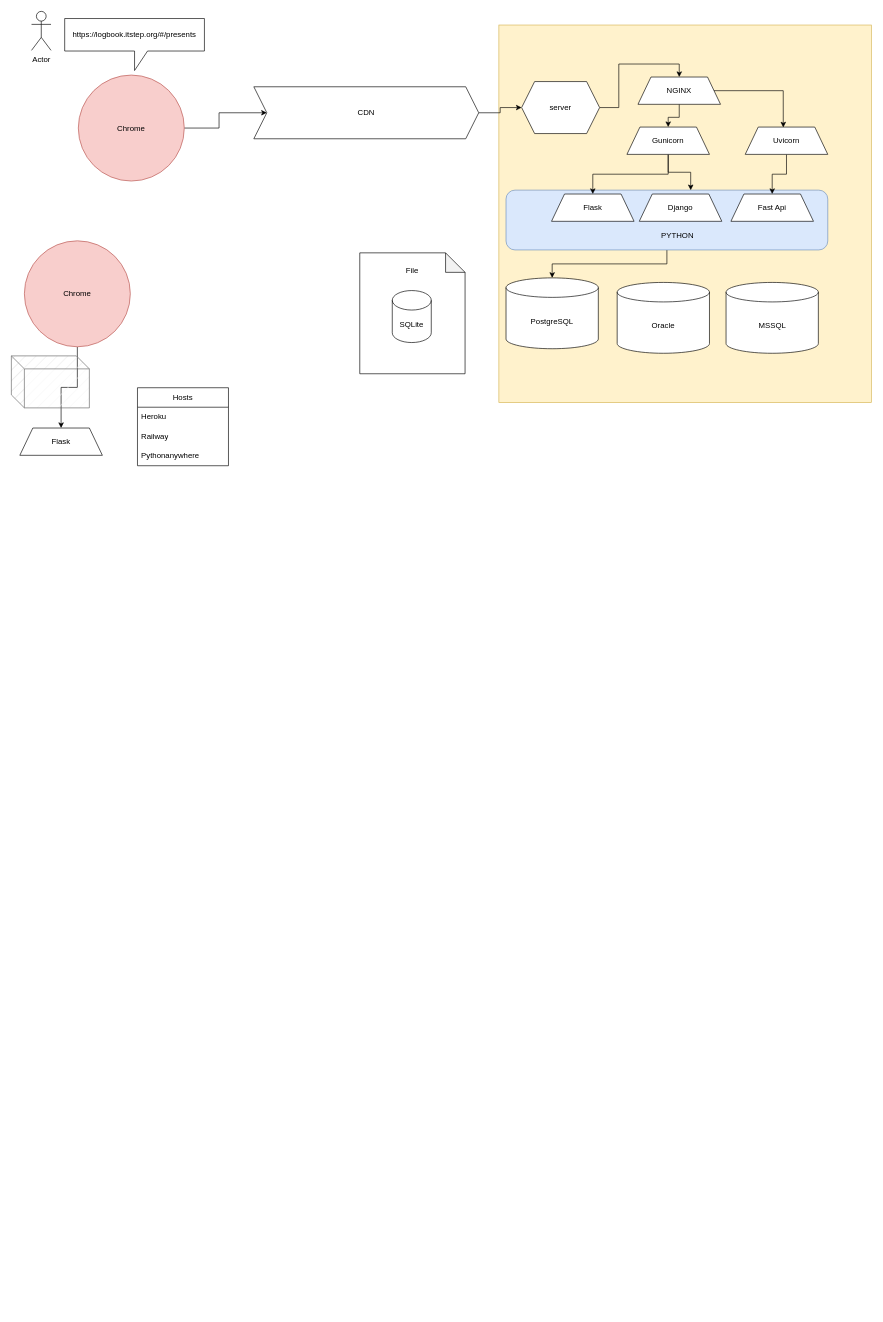
bogdandrienko/PyE-222-1 keeps this draw.io diagram as projects/7/response-request.drawio. Above is the earlier version. Source tidied: cells renumbered, new cells numbered last; positions are measured from the earlier drawing's top-left corner, leaving out a move shared by most shapes. Both pictures are drawn from the tidied source at 65%, with x=0, y=0 at pixel (11, 11).
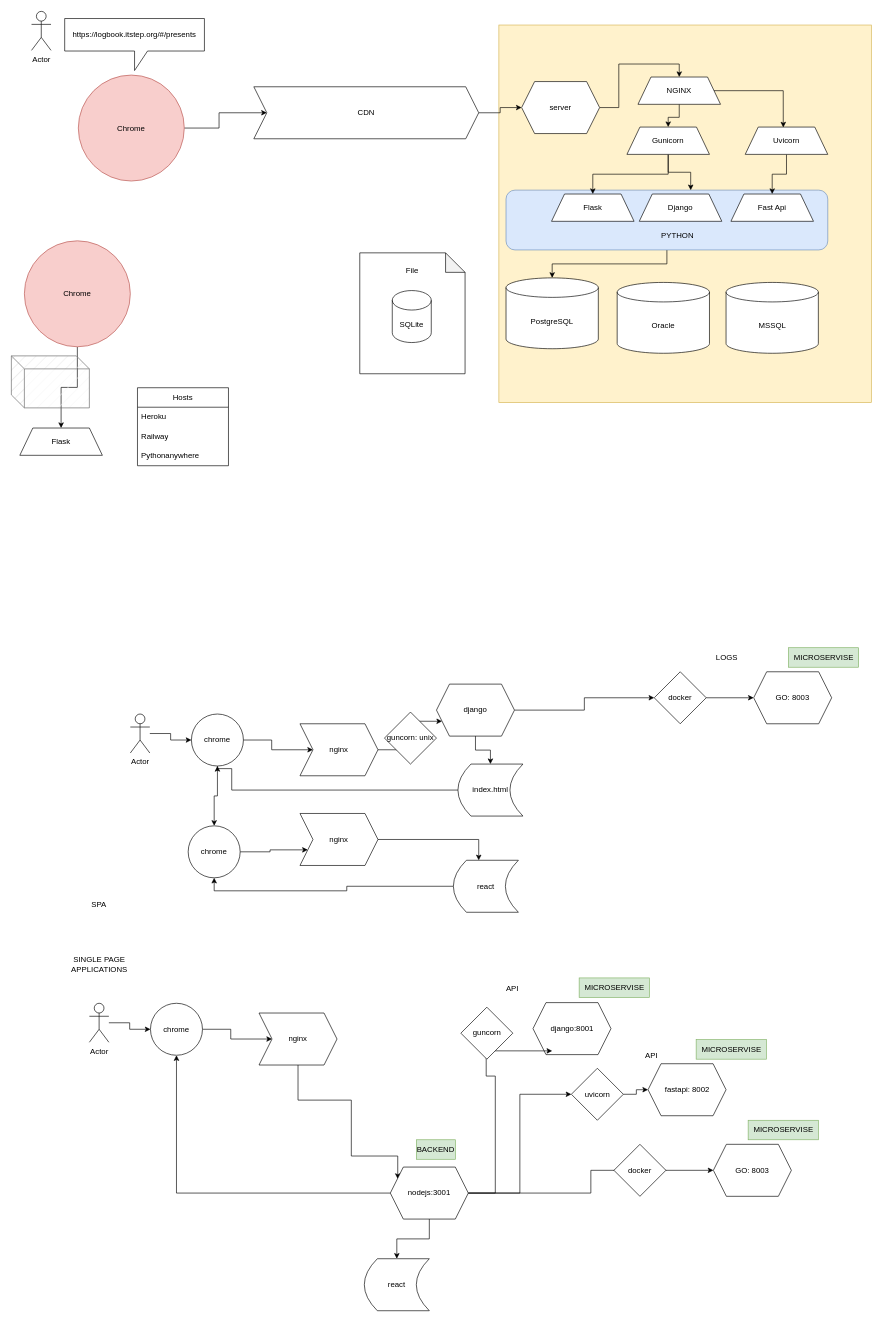
After the change.

Change to the diagram source:
```diff
@@
+    <mxCell id="39" style="edgeStyle=orthogonalEdgeStyle;rounded=0;jettySize=auto;html=1;entryX=0.5;entryY=1;entryDx=0;entryDy=0;" parent="1" edge="1" source="40" target="54">
+      <mxGeometry relative="1" as="geometry" />
+    </mxCell>
+    <mxCell id="40" value="react" style="shape=dataStorage;whiteSpace=wrap;html=1;fixedSize=1;" parent="1" vertex="1">
+      <mxGeometry x="680" y="1306" width="100" height="80" as="geometry" />
+    </mxCell>
+    <mxCell id="41" style="edgeStyle=orthogonalEdgeStyle;rounded=0;jettySize=auto;html=1;" parent="1" edge="1" source="42" target="45">
+      <mxGeometry relative="1" as="geometry" />
+    </mxCell>
+    <mxCell id="42" value="Actor" style="shape=umlActor;verticalLabelPosition=bottom;verticalAlign=top;html=1;outlineConnect=0;" parent="1" vertex="1">
+      <mxGeometry x="183" y="1081" width="30" height="60" as="geometry" />
+    </mxCell>
+    <mxCell id="43" style="edgeStyle=orthogonalEdgeStyle;rounded=0;jettySize=auto;html=1;" parent="1" edge="1" source="45" target="47">
+      <mxGeometry relative="1" as="geometry" />
+    </mxCell>
+    <mxCell id="44" style="edgeStyle=orthogonalEdgeStyle;rounded=0;jettySize=auto;html=1;" parent="1" edge="1" source="45" target="54">
+      <mxGeometry relative="1" as="geometry" />
+    </mxCell>
+    <mxCell id="45" value="chrome" style="ellipse;whiteSpace=wrap;html=1;" parent="1" vertex="1">
+      <mxGeometry x="277" y="1081" width="80" height="80" as="geometry" />
+    </mxCell>
+    <mxCell id="46" style="edgeStyle=orthogonalEdgeStyle;rounded=0;jettySize=auto;html=1;entryX=0;entryY=0.75;entryDx=0;entryDy=0;" parent="1" edge="1" source="47" target="50">
+      <mxGeometry relative="1" as="geometry" />
+    </mxCell>
+    <mxCell id="47" value="nginx" style="shape=step;perimeter=stepPerimeter;whiteSpace=wrap;html=1;fixedSize=1;" parent="1" vertex="1">
+      <mxGeometry x="444" y="1096" width="120" height="80" as="geometry" />
+    </mxCell>
+    <mxCell id="48" style="edgeStyle=orthogonalEdgeStyle;rounded=0;jettySize=auto;html=1;" parent="1" edge="1" source="50" target="52">
+      <mxGeometry relative="1" as="geometry" />
+    </mxCell>
+    <mxCell id="49" style="edgeStyle=orthogonalEdgeStyle;rounded=0;jettySize=auto;html=1;entryX=0;entryY=0.5;entryDx=0;entryDy=0;" parent="1" edge="1" source="50" target="88">
+      <mxGeometry relative="1" as="geometry" />
+    </mxCell>
+    <mxCell id="50" value="django" style="shape=hexagon;perimeter=hexagonPerimeter2;whiteSpace=wrap;html=1;fixedSize=1;" parent="1" vertex="1">
+      <mxGeometry x="654" y="1035" width="120" height="80" as="geometry" />
+    </mxCell>
+    <mxCell id="51" style="edgeStyle=orthogonalEdgeStyle;rounded=0;jettySize=auto;html=1;entryX=0.5;entryY=1;entryDx=0;entryDy=0;" parent="1" edge="1" source="52" target="45">
+      <mxGeometry relative="1" as="geometry">
+        <Array as="points">
+          <mxPoint x="339" y="1198" />
+          <mxPoint x="339" y="1165" />
+        </Array>
+      </mxGeometry>
+    </mxCell>
+    <mxCell id="52" value="index.html" style="shape=dataStorage;whiteSpace=wrap;html=1;fixedSize=1;" parent="1" vertex="1">
+      <mxGeometry x="687" y="1158" width="100" height="80" as="geometry" />
+    </mxCell>
+    <mxCell id="53" style="edgeStyle=orthogonalEdgeStyle;rounded=0;jettySize=auto;html=1;entryX=0;entryY=0.75;entryDx=0;entryDy=0;" parent="1" edge="1" source="54" target="56">
+      <mxGeometry relative="1" as="geometry" />
+    </mxCell>
+    <mxCell id="54" value="chrome" style="ellipse;whiteSpace=wrap;html=1;" parent="1" vertex="1">
+      <mxGeometry x="272" y="1253" width="80" height="80" as="geometry" />
+    </mxCell>
+    <mxCell id="55" style="edgeStyle=orthogonalEdgeStyle;rounded=0;jettySize=auto;html=1;" parent="1" edge="1" source="56" target="40">
+      <mxGeometry relative="1" as="geometry">
+        <Array as="points">
+          <mxPoint x="719" y="1274" />
+        </Array>
+      </mxGeometry>
+    </mxCell>
+    <mxCell id="56" value="nginx" style="shape=step;perimeter=stepPerimeter;whiteSpace=wrap;html=1;fixedSize=1;" parent="1" vertex="1">
+      <mxGeometry x="444" y="1234" width="120" height="80" as="geometry" />
+    </mxCell>
+    <mxCell id="57" style="edgeStyle=orthogonalEdgeStyle;rounded=0;jettySize=auto;html=1;" parent="1" edge="1" source="58" target="60">
+      <mxGeometry relative="1" as="geometry" />
+    </mxCell>
+    <mxCell id="58" value="Actor" style="shape=umlActor;verticalLabelPosition=bottom;verticalAlign=top;html=1;outlineConnect=0;" parent="1" vertex="1">
+      <mxGeometry x="120" y="1526" width="30" height="60" as="geometry" />
+    </mxCell>
+    <mxCell id="59" style="edgeStyle=orthogonalEdgeStyle;rounded=0;jettySize=auto;html=1;" parent="1" edge="1" source="60" target="62">
+      <mxGeometry relative="1" as="geometry" />
+    </mxCell>
+    <mxCell id="60" value="chrome" style="ellipse;whiteSpace=wrap;html=1;" parent="1" vertex="1">
+      <mxGeometry x="214" y="1526" width="80" height="80" as="geometry" />
+    </mxCell>
+    <mxCell id="61" style="edgeStyle=orthogonalEdgeStyle;rounded=0;jettySize=auto;html=1;entryX=0.095;entryY=0.228;entryDx=0;entryDy=0;entryPerimeter=0;" parent="1" edge="1" source="62" target="69">
+      <mxGeometry relative="1" as="geometry">
+        <Array as="points">
+          <mxPoint x="441" y="1675" />
+          <mxPoint x="523" y="1675" />
+          <mxPoint x="523" y="1761" />
+        </Array>
+      </mxGeometry>
+    </mxCell>
+    <mxCell id="62" value="nginx" style="shape=step;perimeter=stepPerimeter;whiteSpace=wrap;html=1;fixedSize=1;" parent="1" vertex="1">
+      <mxGeometry x="381" y="1541" width="120" height="80" as="geometry" />
+    </mxCell>
+    <mxCell id="63" value="django:8001" style="shape=hexagon;perimeter=hexagonPerimeter2;whiteSpace=wrap;html=1;fixedSize=1;" parent="1" vertex="1">
+      <mxGeometry x="802.5" y="1525" width="120" height="80" as="geometry" />
+    </mxCell>
+    <mxCell id="64" style="edgeStyle=orthogonalEdgeStyle;rounded=0;jettySize=auto;html=1;entryX=0.5;entryY=1;entryDx=0;entryDy=0;" parent="1" edge="1" source="69" target="60">
+      <mxGeometry relative="1" as="geometry" />
+    </mxCell>
+    <mxCell id="65" style="edgeStyle=orthogonalEdgeStyle;rounded=0;jettySize=auto;html=1;entryX=0.246;entryY=0.928;entryDx=0;entryDy=0;entryPerimeter=0;" parent="1" edge="1" source="69" target="63">
+      <mxGeometry relative="1" as="geometry">
+        <Array as="points">
+          <mxPoint x="744.5" y="1638" />
+          <mxPoint x="730.5" y="1638" />
+          <mxPoint x="730.5" y="1556" />
+          <mxPoint x="741.5" y="1556" />
+          <mxPoint x="741.5" y="1599" />
+        </Array>
+      </mxGeometry>
+    </mxCell>
+    <mxCell id="66" style="edgeStyle=orthogonalEdgeStyle;rounded=0;jettySize=auto;html=1;" parent="1" edge="1" source="69" target="75">
+      <mxGeometry relative="1" as="geometry" />
+    </mxCell>
+    <mxCell id="67" style="edgeStyle=orthogonalEdgeStyle;rounded=0;jettySize=auto;html=1;" parent="1" edge="1" source="69" target="79">
+      <mxGeometry relative="1" as="geometry" />
+    </mxCell>
+    <mxCell id="68" style="edgeStyle=orthogonalEdgeStyle;rounded=0;jettySize=auto;html=1;entryX=0;entryY=0.5;entryDx=0;entryDy=0;" parent="1" edge="1" source="83" target="76">
+      <mxGeometry relative="1" as="geometry" />
+    </mxCell>
+    <mxCell id="69" value="nodejs:3001" style="shape=hexagon;perimeter=hexagonPerimeter2;whiteSpace=wrap;html=1;fixedSize=1;" parent="1" vertex="1">
+      <mxGeometry x="583" y="1778" width="120" height="80" as="geometry" />
+    </mxCell>
+    <mxCell id="70" value="SPA" style="text;html=1;strokeColor=none;fillColor=none;align=center;verticalAlign=middle;whiteSpace=wrap;rounded=0;" parent="1" vertex="1">
+      <mxGeometry x="105" y="1360" width="60" height="30" as="geometry" />
+    </mxCell>
+    <mxCell id="71" value="SINGLE PAGE APPLICATIONS" style="text;html=1;strokeColor=none;fillColor=none;align=center;verticalAlign=middle;whiteSpace=wrap;rounded=0;" parent="1" vertex="1">
+      <mxGeometry x="81.5" y="1417" width="107" height="98" as="geometry" />
+    </mxCell>
+    <mxCell id="72" value="API" style="text;html=1;strokeColor=none;fillColor=none;align=center;verticalAlign=middle;whiteSpace=wrap;rounded=0;" parent="1" vertex="1">
+      <mxGeometry x="740.5" y="1489" width="60" height="30" as="geometry" />
+    </mxCell>
+    <mxCell id="73" value="MICROSERVISE" style="text;html=1;strokeColor=#82b366;fillColor=#d5e8d4;align=center;verticalAlign=middle;whiteSpace=wrap;rounded=0;" parent="1" vertex="1">
+      <mxGeometry x="873.5" y="1487" width="108" height="30" as="geometry" />
+    </mxCell>
+    <mxCell id="74" value="BACKEND" style="text;html=1;strokeColor=#82b366;fillColor=#d5e8d4;align=center;verticalAlign=middle;whiteSpace=wrap;rounded=0;" parent="1" vertex="1">
+      <mxGeometry x="623" y="1736" width="60" height="30" as="geometry" />
+    </mxCell>
+    <mxCell id="75" value="react" style="shape=dataStorage;whiteSpace=wrap;html=1;fixedSize=1;" parent="1" vertex="1">
+      <mxGeometry x="543" y="1919" width="100" height="80" as="geometry" />
+    </mxCell>
+    <mxCell id="76" value="fastapi: 8002" style="shape=hexagon;perimeter=hexagonPerimeter2;whiteSpace=wrap;html=1;fixedSize=1;" parent="1" vertex="1">
+      <mxGeometry x="979.5" y="1619" width="120" height="80" as="geometry" />
+    </mxCell>
+    <mxCell id="77" value="API" style="text;html=1;strokeColor=none;fillColor=none;align=center;verticalAlign=middle;whiteSpace=wrap;rounded=0;" parent="1" vertex="1">
+      <mxGeometry x="954.5" y="1591" width="60" height="30" as="geometry" />
+    </mxCell>
+    <mxCell id="78" value="MICROSERVISE" style="text;html=1;strokeColor=#82b366;fillColor=#d5e8d4;align=center;verticalAlign=middle;whiteSpace=wrap;rounded=0;" parent="1" vertex="1">
+      <mxGeometry x="1053.5" y="1582" width="108" height="30" as="geometry" />
+    </mxCell>
+    <mxCell id="79" value="GO: 8003" style="shape=hexagon;perimeter=hexagonPerimeter2;whiteSpace=wrap;html=1;fixedSize=1;" parent="1" vertex="1">
+      <mxGeometry x="1080" y="1743" width="120" height="80" as="geometry" />
+    </mxCell>
+    <mxCell id="80" value="MICROSERVISE" style="text;html=1;strokeColor=#82b366;fillColor=#d5e8d4;align=center;verticalAlign=middle;whiteSpace=wrap;rounded=0;" parent="1" vertex="1">
+      <mxGeometry x="1133.5" y="1706" width="108" height="30" as="geometry" />
+    </mxCell>
+    <mxCell id="81" value="guncorn" style="rhombus;whiteSpace=wrap;html=1;" parent="1" vertex="1">
+      <mxGeometry x="691.5" y="1532" width="80" height="80" as="geometry" />
+    </mxCell>
+    <mxCell id="82" style="edgeStyle=orthogonalEdgeStyle;rounded=0;jettySize=auto;html=1;entryX=0;entryY=0.5;entryDx=0;entryDy=0;" parent="1" edge="1" source="69" target="83">
+      <mxGeometry relative="1" as="geometry" />
+    </mxCell>
+    <mxCell id="83" value="uvicorn" style="rhombus;whiteSpace=wrap;html=1;" parent="1" vertex="1">
+      <mxGeometry x="861.5" y="1626" width="80" height="80" as="geometry" />
+    </mxCell>
+    <mxCell id="84" value="docker" style="rhombus;whiteSpace=wrap;html=1;" parent="1" vertex="1">
+      <mxGeometry x="927" y="1743" width="80" height="80" as="geometry" />
+    </mxCell>
+    <mxCell id="85" value="GO: 8003" style="shape=hexagon;perimeter=hexagonPerimeter2;whiteSpace=wrap;html=1;fixedSize=1;" parent="1" vertex="1">
+      <mxGeometry x="1142" y="1016" width="120" height="80" as="geometry" />
+    </mxCell>
+    <mxCell id="86" value="MICROSERVISE" style="text;html=1;strokeColor=#82b366;fillColor=#d5e8d4;align=center;verticalAlign=middle;whiteSpace=wrap;rounded=0;" parent="1" vertex="1">
+      <mxGeometry x="1195.5" y="979" width="108" height="30" as="geometry" />
+    </mxCell>
+    <mxCell id="87" style="edgeStyle=orthogonalEdgeStyle;rounded=0;jettySize=auto;html=1;" parent="1" edge="1" source="88" target="85">
+      <mxGeometry relative="1" as="geometry" />
+    </mxCell>
+    <mxCell id="88" value="docker" style="rhombus;whiteSpace=wrap;html=1;" parent="1" vertex="1">
+      <mxGeometry x="989" y="1016" width="80" height="80" as="geometry" />
+    </mxCell>
+    <mxCell id="89" value="LOGS" style="text;html=1;strokeColor=none;fillColor=none;align=center;verticalAlign=middle;whiteSpace=wrap;rounded=0;" parent="1" vertex="1">
+      <mxGeometry x="1071" y="979" width="60" height="30" as="geometry" />
+    </mxCell>
+    <mxCell id="90" value="guncorn: unix" style="rhombus;whiteSpace=wrap;html=1;" parent="1" vertex="1">
+      <mxGeometry x="574" y="1078" width="80" height="80" as="geometry" />
+    </mxCell>
```
